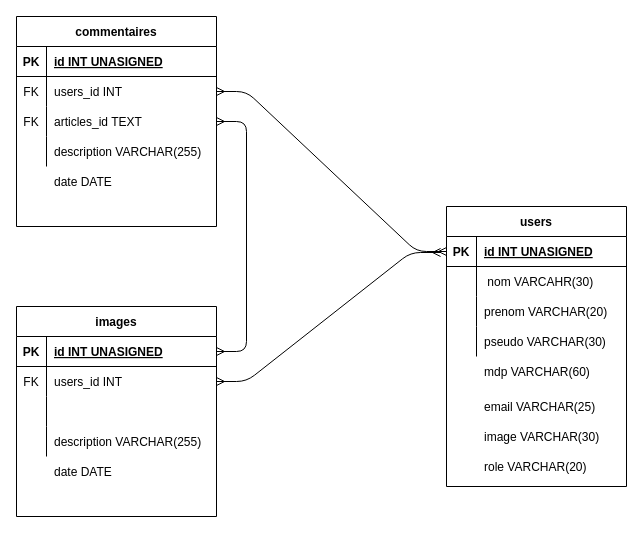
The draw.io diagram page "SQL" (1 of 2) of backend/sql.drawio in Dutdut77/GRANDMAIRENicolas_7_14042021, before the edit. Source tidied: cells renumbered, new cells numbered last; positions are measured from the earlier drawing's top-left corner, leaving out a move shared by most shapes. Both pictures are drawn from the tidied source at 100%, with x=0, y=0 at pixel (16, 16).
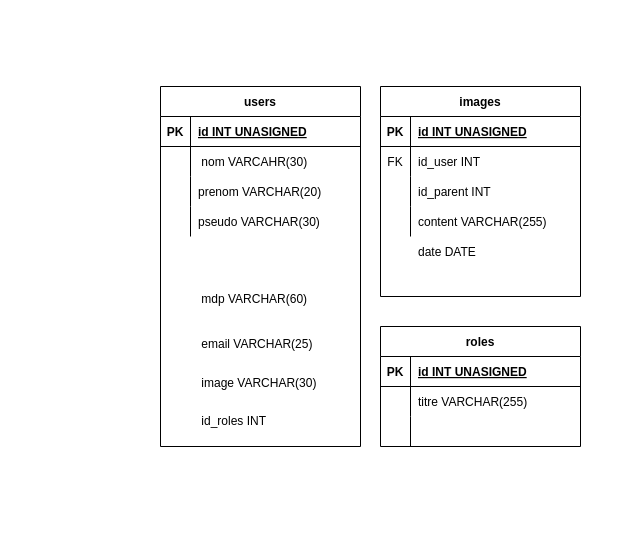
Above is the later version.

The change refers to these unchanged cells:
```xml
<mxCell id="4" style="shape=partialRectangle;fillColor=none;top=0;left=0;bottom=1;right=0;points=[[0,0.5],[1,0.5]];portConstraint=eastwest;" parent="3" vertex="1">
  <mxGeometry y="30" width="200" height="30" as="geometry" />
</mxCell>
<mxCell id="7" style="shape=partialRectangle;fillColor=none;top=0;left=0;bottom=0;right=0;points=[[0,0.5],[1,0.5]];portConstraint=eastwest;" parent="3" vertex="1">
  <mxGeometry y="60" width="200" height="30" as="geometry" />
</mxCell>
<mxCell id="10" style="shape=partialRectangle;fillColor=none;top=0;left=0;bottom=0;right=0;" parent="3" vertex="1">
  <mxGeometry y="90" width="200" height="30" as="geometry" />
</mxCell>
<mxCell id="13" style="shape=partialRectangle;fillColor=none;top=0;left=0;bottom=0;right=0;" parent="3" vertex="1">
  <mxGeometry y="120" width="200" height="30" as="geometry" />
</mxCell>
<mxCell id="44" style="shape=partialRectangle;fillColor=none;top=0;left=0;bottom=0;right=0;points=[[0,0.5],[1,0.5]];portConstraint=eastwest;" parent="40" vertex="1">
  <mxGeometry y="60" width="200" height="30" as="geometry" />
</mxCell>
```

Change to the diagram source:
```diff
@@
     <mxCell id="2" style="group;" parent="1" vertex="1">
-      <mxGeometry y="290" width="200" height="210" as="geometry" />
+      <mxGeometry x="364" y="70" width="200" height="210" as="geometry" />
     </mxCell>
@@
-    <mxCell id="9" value="users_id INT" style="shape=partialRectangle;fillColor=none;top=0;left=0;bottom=0;right=0;align=left;spacingLeft=6;overflow=hidden;" parent="7" vertex="1">
+    <mxCell id="9" value="id_user INT" style="shape=partialRectangle;fillColor=none;top=0;left=0;bottom=0;right=0;align=left;spacingLeft=6;overflow=hidden;" parent="7" vertex="1">
       <mxGeometry x="30" width="170" height="30" as="geometry" />
     </mxCell>
@@
-    <mxCell id="12" style="shape=partialRectangle;fillColor=none;top=0;left=0;bottom=0;right=0;align=left;spacingLeft=6;overflow=hidden;" parent="10" vertex="1">
+    <mxCell id="12" value="id_parent INT" style="shape=partialRectangle;fillColor=none;top=0;left=0;bottom=0;right=0;align=left;spacingLeft=6;overflow=hidden;" parent="10" vertex="1">
       <mxGeometry x="30" width="170" height="30" as="geometry" />
     </mxCell>
@@
-    <mxCell id="15" value="description VARCHAR(255)" style="shape=partialRectangle;fillColor=none;top=0;left=0;bottom=0;right=0;align=left;spacingLeft=6;overflow=hidden;" parent="13" vertex="1">
+    <mxCell id="15" value="content VARCHAR(255)" style="shape=partialRectangle;fillColor=none;top=0;left=0;bottom=0;right=0;align=left;spacingLeft=6;overflow=hidden;" parent="13" vertex="1">
       <mxGeometry x="30" width="170" height="30" as="geometry" />
     </mxCell>
@@
     <mxCell id="17" style="group;" parent="1" vertex="1">
-      <mxGeometry x="430" y="190" width="180" height="280" as="geometry" />
+      <mxGeometry x="144" y="70" width="200" height="360" as="geometry" />
     </mxCell>
     <mxCell id="18" style="group;" parent="17" vertex="1">
-      <mxGeometry width="180" height="280" as="geometry" />
+      <mxGeometry width="200" height="360" as="geometry" />
     </mxCell>
     <mxCell id="19" value="users" style="shape=table;startSize=30;childLayout=tableLayout;rowLines=0;fontStyle=1;align=center;" parent="18" vertex="1">
-      <mxGeometry width="180" height="280" as="geometry" />
+      <mxGeometry width="200" height="360" as="geometry" />
     </mxCell>
     <mxCell id="20" style="shape=partialRectangle;fillColor=none;top=0;left=0;bottom=1;right=0;points=[[0,0.5],[1,0.5]];portConstraint=eastwest;" parent="19" vertex="1">
-      <mxGeometry y="30" width="180" height="30" as="geometry" />
+      <mxGeometry y="30" width="200" height="30" as="geometry" />
     </mxCell>
@@
     <mxCell id="22" value="id INT UNASIGNED" style="shape=partialRectangle;fillColor=none;top=0;left=0;bottom=0;right=0;align=left;spacingLeft=6;fontStyle=5;overflow=hidden;" parent="20" vertex="1">
-      <mxGeometry x="30" width="150" height="30" as="geometry" />
+      <mxGeometry x="30" width="170" height="30" as="geometry" />
     </mxCell>
     <mxCell id="23" style="shape=partialRectangle;fillColor=none;top=0;left=0;bottom=0;right=0;" parent="19" vertex="1">
-      <mxGeometry y="60" width="180" height="30" as="geometry" />
+      <mxGeometry y="60" width="200" height="30" as="geometry" />
     </mxCell>
@@
     <mxCell id="25" value=" nom VARCAHR(30)" style="shape=partialRectangle;fillColor=none;top=0;left=0;bottom=0;right=0;align=left;spacingLeft=6;overflow=hidden;" parent="23" vertex="1">
-      <mxGeometry x="30" width="150" height="30" as="geometry" />
+      <mxGeometry x="30" width="170" height="30" as="geometry" />
     </mxCell>
     <mxCell id="26" style="shape=partialRectangle;fillColor=none;top=0;left=0;bottom=0;right=0;" parent="19" vertex="1">
-      <mxGeometry y="90" width="180" height="30" as="geometry" />
+      <mxGeometry y="90" width="200" height="30" as="geometry" />
     </mxCell>
@@
     <mxCell id="28" value="prenom VARCHAR(20)" style="shape=partialRectangle;fillColor=none;top=0;left=0;bottom=0;right=0;align=left;spacingLeft=6;overflow=hidden;" parent="26" vertex="1">
-      <mxGeometry x="30" width="150" height="30" as="geometry" />
+      <mxGeometry x="30" width="170" height="30" as="geometry" />
     </mxCell>
     <mxCell id="29" style="shape=partialRectangle;fillColor=none;top=0;left=0;bottom=0;right=0;" parent="19" vertex="1">
-      <mxGeometry y="120" width="180" height="30" as="geometry" />
+      <mxGeometry y="120" width="200" height="30" as="geometry" />
     </mxCell>
@@
     <mxCell id="31" value="pseudo VARCHAR(30)" style="shape=partialRectangle;fillColor=none;top=0;left=0;bottom=0;right=0;align=left;spacingLeft=6;overflow=hidden;" parent="29" vertex="1">
-      <mxGeometry x="30" width="150" height="30" as="geometry" />
+      <mxGeometry x="30" width="170" height="30" as="geometry" />
     </mxCell>
     <mxCell id="32" value="mdp VARCHAR(60)" style="shape=partialRectangle;fillColor=none;top=0;left=0;bottom=0;right=0;align=left;spacingLeft=6;overflow=hidden;" parent="18" vertex="1">
-      <mxGeometry x="30" y="150" width="150" height="30" as="geometry" />
+      <mxGeometry x="33.3" y="192.9" width="166.7" height="38.6" as="geometry" />
     </mxCell>
     <mxCell id="33" value="email VARCHAR(25)" style="shape=partialRectangle;fillColor=none;top=0;left=0;bottom=0;right=0;align=left;spacingLeft=6;overflow=hidden;" parent="18" vertex="1">
-      <mxGeometry x="30" y="180" width="150" height="40" as="geometry" />
+      <mxGeometry x="33.3" y="231.4" width="166.7" height="51.4" as="geometry" />
     </mxCell>
     <mxCell id="34" value="image VARCHAR(30)" style="shape=partialRectangle;fillColor=none;top=0;left=0;bottom=0;right=0;align=left;spacingLeft=6;overflow=hidden;" parent="18" vertex="1">
-      <mxGeometry x="30" y="210" width="150" height="40" as="geometry" />
+      <mxGeometry x="33.3" y="270" width="166.7" height="51.4" as="geometry" />
     </mxCell>
-    <mxCell id="35" value="role VARCHAR(20)" style="shape=partialRectangle;fillColor=none;top=0;left=0;bottom=0;right=0;align=left;spacingLeft=6;overflow=hidden;" parent="18" vertex="1">
-      <mxGeometry x="30" y="240" width="150" height="40" as="geometry" />
+    <mxCell id="35" value="id_roles INT" style="shape=partialRectangle;fillColor=none;top=0;left=0;bottom=0;right=0;align=left;spacingLeft=6;overflow=hidden;" parent="18" vertex="1">
+      <mxGeometry x="33.3" y="308.6" width="166.7" height="51.4" as="geometry" />
     </mxCell>
-    <mxCell id="36" style="edgeStyle=entityRelationEdgeStyle;fontSize=12;html=1;endArrow=ERmany;startArrow=ERmany;exitX=1;exitY=0.5;exitDx=0;exitDy=0;entryX=-0.033;entryY=0.533;entryDx=0;entryDy=0;entryPerimeter=0;" parent="1" edge="1" source="7" target="20">
-      <mxGeometry relative="1" as="geometry" />
-    </mxCell>
-    <mxCell id="37" style="edgeStyle=entityRelationEdgeStyle;fontSize=12;html=1;endArrow=ERmany;startArrow=ERmany;entryX=0;entryY=0.5;entryDx=0;entryDy=0;exitX=1;exitY=0.5;exitDx=0;exitDy=0;" parent="1" edge="1" source="44" target="20">
-      <mxGeometry relative="1" as="geometry" />
-    </mxCell>
-    <mxCell id="38" style="edgeStyle=entityRelationEdgeStyle;fontSize=12;html=1;endArrow=ERmany;startArrow=ERmany;entryX=1;entryY=0.5;entryDx=0;entryDy=0;" parent="1" edge="1" source="4" target="47">
-      <mxGeometry relative="1" as="geometry" />
-    </mxCell>
     <mxCell id="39" style="group;" parent="1" vertex="1">
-      <mxGeometry width="200" height="210" as="geometry" />
+      <mxGeometry x="364" y="310" width="200" height="100" as="geometry" />
     </mxCell>
-    <mxCell id="40" value="commentaires" style="shape=table;startSize=30;childLayout=tableLayout;rowLines=0;fontStyle=1;align=center;" parent="39" vertex="1">
-      <mxGeometry width="200" height="210" as="geometry" />
+    <mxCell id="40" value="roles" style="shape=table;startSize=30;childLayout=tableLayout;rowLines=0;fontStyle=1;align=center;" parent="39" vertex="1">
+      <mxGeometry width="200" height="120" as="geometry" />
     </mxCell>
@@
-    <mxCell id="45" value="FK" style="shape=partialRectangle;fillColor=none;top=0;left=0;bottom=0;right=0;overflow=hidden;" parent="44" vertex="1">
+    <mxCell id="45" style="shape=partialRectangle;fillColor=none;top=0;left=0;bottom=0;right=0;overflow=hidden;" parent="44" vertex="1">
       <mxGeometry width="30" height="30" as="geometry" />
     </mxCell>
-    <mxCell id="46" value="users_id INT" style="shape=partialRectangle;fillColor=none;top=0;left=0;bottom=0;right=0;align=left;spacingLeft=6;overflow=hidden;" parent="44" vertex="1">
+    <mxCell id="46" value="titre VARCHAR(255)" style="shape=partialRectangle;fillColor=none;top=0;left=0;bottom=0;right=0;align=left;spacingLeft=6;overflow=hidden;" parent="44" vertex="1">
       <mxGeometry x="30" width="170" height="30" as="geometry" />
     </mxCell>
-    <mxCell id="47" style="shape=partialRectangle;fillColor=none;top=0;left=0;bottom=0;right=0;points=[[0,0.5],[1,0.5]];portConstraint=eastwest;" parent="40" vertex="1">
-      <mxGeometry y="90" width="200" height="30" as="geometry" />
-    </mxCell>
-    <mxCell id="48" value="FK" style="shape=partialRectangle;fillColor=none;top=0;left=0;bottom=0;right=0;overflow=hidden;" parent="47" vertex="1">
-      <mxGeometry width="30" height="30" as="geometry" />
-    </mxCell>
-    <mxCell id="49" value="articles_id TEXT" style="shape=partialRectangle;fillColor=none;top=0;left=0;bottom=0;right=0;align=left;spacingLeft=6;overflow=hidden;" parent="47" vertex="1">
-      <mxGeometry x="30" width="170" height="30" as="geometry" />
-    </mxCell>
     <mxCell id="50" style="shape=partialRectangle;fillColor=none;top=0;left=0;bottom=0;right=0;" parent="40" vertex="1">
-      <mxGeometry y="120" width="200" height="30" as="geometry" />
+      <mxGeometry y="90" width="200" height="30" as="geometry" />
     </mxCell>
@@
-    <mxCell id="52" value="description VARCHAR(255)" style="shape=partialRectangle;fillColor=none;top=0;left=0;bottom=0;right=0;align=left;spacingLeft=6;overflow=hidden;" parent="50" vertex="1">
+    <mxCell id="52" style="shape=partialRectangle;fillColor=none;top=0;left=0;bottom=0;right=0;align=left;spacingLeft=6;overflow=hidden;" parent="50" vertex="1">
       <mxGeometry x="30" width="170" height="30" as="geometry" />
     </mxCell>
-    <mxCell id="53" value="date DATE" style="shape=partialRectangle;fillColor=none;top=0;left=0;bottom=0;right=0;align=left;spacingLeft=6;overflow=hidden;" parent="39" vertex="1">
-      <mxGeometry x="30" y="150" width="170" height="30" as="geometry" />
-    </mxCell>
```
